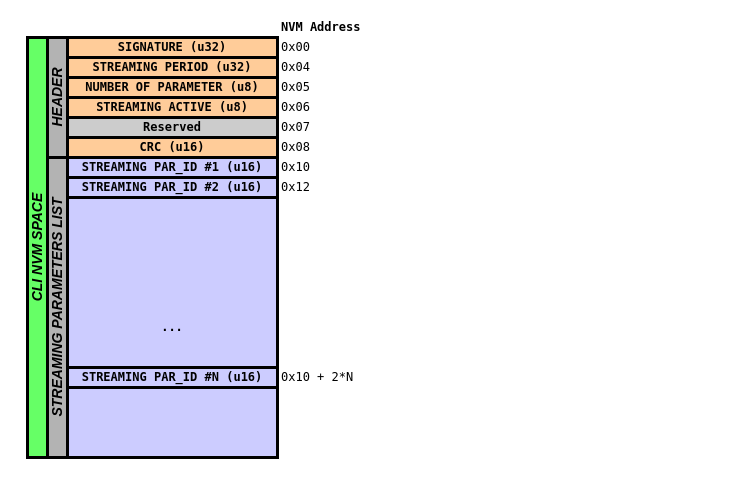
Before: doc/cli_drawings.drawio in GeneralEmbeddedCLibraries/cli, a draw.io diagram. Source tidied: cells renumbered, new cells numbered last; positions are measured from the earlier drawing's top-left corner, leaving out a move shared by most shapes. Both pictures are drawn from the tidied source at 100%, with x=0, y=0 at pixel (27, 17).
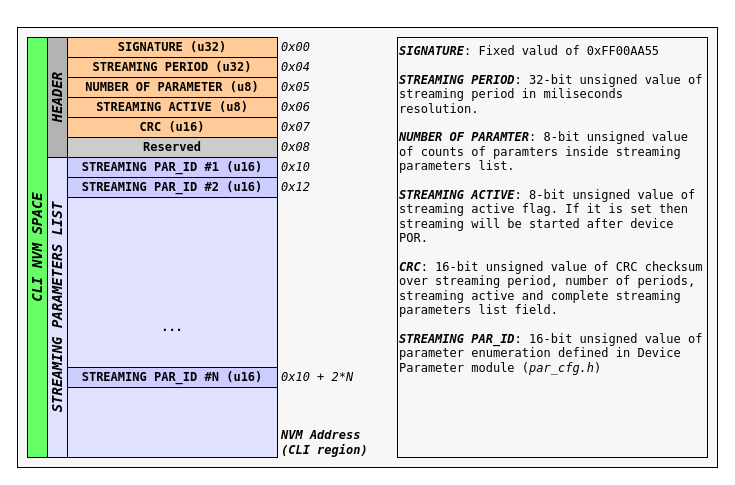
Above is the later version.

What changed in the source:
```diff
@@
+    <mxCell id="26" style="rounded=0;whiteSpace=wrap;html=1;fillColor=#F7F7F7;fontFamily=Lucida Console;" parent="1" vertex="1">
+      <mxGeometry x="-10" y="10" width="700" height="440" as="geometry" />
+    </mxCell>
-    <mxCell id="2" style="rounded=0;whiteSpace=wrap;html=1;strokeWidth=3;fontStyle=1;" parent="1" vertex="1">
+    <mxCell id="2" style="rounded=0;whiteSpace=wrap;html=1;strokeWidth=1;fontStyle=1;fontFamily=Lucida Console;" parent="1" vertex="1">
       <mxGeometry x="40" y="20" width="210" height="420" as="geometry" />
     </mxCell>
-    <mxCell id="3" value="HEADER" style="rounded=0;whiteSpace=wrap;html=1;strokeWidth=3;horizontal=0;fontStyle=3;fillColor=#B3B3B3;fontSize=14;" parent="1" vertex="1">
+    <mxCell id="3" value="HEADER" style="rounded=0;whiteSpace=wrap;html=1;strokeWidth=1;horizontal=0;fontStyle=3;fillColor=#B3B3B3;fontSize=14;fontFamily=Lucida Console;" parent="1" vertex="1">
       <mxGeometry x="20" y="20" width="20" height="120" as="geometry" />
     </mxCell>
-    <mxCell id="4" value="CLI NVM SPACE" style="rounded=0;whiteSpace=wrap;html=1;strokeWidth=3;horizontal=0;fontStyle=3;fillColor=#66FF66;fontSize=14;" parent="1" vertex="1">
+    <mxCell id="4" value="CLI NVM SPACE" style="rounded=0;whiteSpace=wrap;html=1;strokeWidth=1;horizontal=0;fontStyle=3;fillColor=#66FF66;fontSize=14;fontFamily=Lucida Console;" parent="1" vertex="1">
       <mxGeometry y="20" width="20" height="420" as="geometry" />
     </mxCell>
-    <mxCell id="5" value="STREAMING PARAMETERS LIST" style="rounded=0;whiteSpace=wrap;html=1;strokeWidth=3;horizontal=0;fontStyle=3;fillColor=#B3B3B3;fontSize=14;" parent="1" vertex="1">
+    <mxCell id="5" value="STREAMING PARAMETERS LIST" style="rounded=0;whiteSpace=wrap;html=1;strokeWidth=1;horizontal=0;fontStyle=3;fillColor=#E0E0FF;fontSize=14;fontFamily=Lucida Console;" parent="1" vertex="1">
       <mxGeometry x="20" y="140" width="20" height="300" as="geometry" />
     </mxCell>
-    <mxCell id="6" value="SIGNATURE (u32)" style="rounded=0;whiteSpace=wrap;html=1;strokeWidth=3;fontFamily=Lucida Console;fillColor=#FFCC99;fontStyle=1;" parent="1" vertex="1">
+    <mxCell id="6" value="SIGNATURE (u32)" style="rounded=0;whiteSpace=wrap;html=1;strokeWidth=1;fontFamily=Lucida Console;fillColor=#FFCC99;fontStyle=1;" parent="1" vertex="1">
       <mxGeometry x="40" y="20" width="210" height="20" as="geometry" />
     </mxCell>
-    <mxCell id="7" value="STREAMING PERIOD (u32)" style="rounded=0;whiteSpace=wrap;html=1;strokeWidth=3;fontFamily=Lucida Console;fillColor=#FFCC99;fontStyle=1;" parent="1" vertex="1">
+    <mxCell id="7" value="STREAMING PERIOD (u32)" style="rounded=0;whiteSpace=wrap;html=1;strokeWidth=1;fontFamily=Lucida Console;fillColor=#FFCC99;fontStyle=1;" parent="1" vertex="1">
       <mxGeometry x="40" y="40" width="210" height="20" as="geometry" />
     </mxCell>
-    <mxCell id="8" value="NUMBER OF PARAMETER (u8)" style="rounded=0;whiteSpace=wrap;html=1;strokeWidth=3;fontFamily=Lucida Console;fillColor=#FFCC99;fontStyle=1;" parent="1" vertex="1">
+    <mxCell id="8" value="NUMBER OF PARAMETER (u8)" style="rounded=0;whiteSpace=wrap;html=1;strokeWidth=1;fontFamily=Lucida Console;fillColor=#FFCC99;fontStyle=1;" parent="1" vertex="1">
       <mxGeometry x="40" y="60" width="210" height="20" as="geometry" />
     </mxCell>
-    <mxCell id="9" value="STREAMING ACTIVE (u8)" style="rounded=0;whiteSpace=wrap;html=1;strokeWidth=3;fontFamily=Lucida Console;fillColor=#FFCC99;fontStyle=1;" parent="1" vertex="1">
+    <mxCell id="9" value="STREAMING ACTIVE (u8)" style="rounded=0;whiteSpace=wrap;html=1;strokeWidth=1;fontFamily=Lucida Console;fillColor=#FFCC99;fontStyle=1;" parent="1" vertex="1">
       <mxGeometry x="40" y="80" width="210" height="20" as="geometry" />
     </mxCell>
-    <mxCell id="10" value="CRC (u16)" style="rounded=0;whiteSpace=wrap;html=1;strokeWidth=3;fontFamily=Lucida Console;fillColor=#FFCC99;fontStyle=1;" parent="1" vertex="1">
-      <mxGeometry x="40" y="120" width="210" height="20" as="geometry" />
+    <mxCell id="10" value="CRC (u16)" style="rounded=0;whiteSpace=wrap;html=1;strokeWidth=1;fontFamily=Lucida Console;fillColor=#FFCC99;fontStyle=1;" parent="1" vertex="1">
+      <mxGeometry x="40" y="100" width="210" height="20" as="geometry" />
     </mxCell>
-    <mxCell id="11" value="STREAMING PAR_ID #1 (u16)" style="rounded=0;whiteSpace=wrap;html=1;strokeWidth=3;fontFamily=Lucida Console;fillColor=#CCCCFF;fontStyle=1;" parent="1" vertex="1">
+    <mxCell id="11" value="STREAMING PAR_ID #1 (u16)" style="rounded=0;whiteSpace=wrap;html=1;strokeWidth=1;fontFamily=Lucida Console;fillColor=#CCCCFF;fontStyle=1;" parent="1" vertex="1">
       <mxGeometry x="40" y="140" width="210" height="20" as="geometry" />
     </mxCell>
-    <mxCell id="12" value="STREAMING PAR_ID #2 (u16)" style="rounded=0;whiteSpace=wrap;html=1;strokeWidth=3;fontFamily=Lucida Console;fillColor=#CCCCFF;fontStyle=1;" parent="1" vertex="1">
+    <mxCell id="12" value="STREAMING PAR_ID #2 (u16)" style="rounded=0;whiteSpace=wrap;html=1;strokeWidth=1;fontFamily=Lucida Console;fillColor=#CCCCFF;fontStyle=1;" parent="1" vertex="1">
       <mxGeometry x="40" y="160" width="210" height="20" as="geometry" />
     </mxCell>
-    <mxCell id="13" value="..." style="rounded=0;whiteSpace=wrap;html=1;strokeWidth=3;fontFamily=Lucida Console;fillColor=#CCCCFF;fontStyle=1;" parent="1" vertex="1">
+    <mxCell id="13" value="..." style="rounded=0;whiteSpace=wrap;html=1;strokeWidth=1;fontFamily=Lucida Console;fillColor=#E0E0FF;fontStyle=1;" parent="1" vertex="1">
       <mxGeometry x="40" y="180" width="210" height="260" as="geometry" />
     </mxCell>
-    <mxCell id="14" value="0x00" style="text;html=1;strokeColor=none;fillColor=none;align=left;verticalAlign=middle;whiteSpace=wrap;rounded=0;strokeWidth=3;fontFamily=Lucida Console;" parent="1" vertex="1">
+    <mxCell id="14" value="0x00" style="text;html=1;strokeColor=none;fillColor=none;align=left;verticalAlign=middle;whiteSpace=wrap;rounded=0;strokeWidth=3;fontFamily=Lucida Console;fontStyle=2;" parent="1" vertex="1">
       <mxGeometry x="252" y="20" width="60" height="20" as="geometry" />
     </mxCell>
-    <mxCell id="15" value="NVM Address" style="text;html=1;strokeColor=none;fillColor=none;align=left;verticalAlign=middle;whiteSpace=wrap;rounded=0;strokeWidth=3;fontFamily=Lucida Console;fontStyle=1;" parent="1" vertex="1">
-      <mxGeometry x="252" width="100" height="20" as="geometry" />
+    <mxCell id="15" value="NVM Address&lt;br&gt;(CLI region)" style="text;html=1;strokeColor=none;fillColor=none;align=left;verticalAlign=middle;whiteSpace=wrap;rounded=0;strokeWidth=3;fontFamily=Lucida Console;fontStyle=3;" parent="1" vertex="1">
+      <mxGeometry x="252" y="410" width="100" height="30" as="geometry" />
     </mxCell>
-    <mxCell id="16" value="0x04" style="text;html=1;strokeColor=none;fillColor=none;align=left;verticalAlign=middle;whiteSpace=wrap;rounded=0;strokeWidth=3;fontFamily=Lucida Console;" parent="1" vertex="1">
+    <mxCell id="16" value="0x04" style="text;html=1;strokeColor=none;fillColor=none;align=left;verticalAlign=middle;whiteSpace=wrap;rounded=0;strokeWidth=3;fontFamily=Lucida Console;fontStyle=2;" parent="1" vertex="1">
       <mxGeometry x="252" y="40" width="60" height="20" as="geometry" />
     </mxCell>
-    <mxCell id="17" value="0x05" style="text;html=1;strokeColor=none;fillColor=none;align=left;verticalAlign=middle;whiteSpace=wrap;rounded=0;strokeWidth=3;fontFamily=Lucida Console;" parent="1" vertex="1">
+    <mxCell id="17" value="0x05" style="text;html=1;strokeColor=none;fillColor=none;align=left;verticalAlign=middle;whiteSpace=wrap;rounded=0;strokeWidth=3;fontFamily=Lucida Console;fontStyle=2;" parent="1" vertex="1">
       <mxGeometry x="252" y="60" width="60" height="20" as="geometry" />
     </mxCell>
-    <mxCell id="18" value="0x06" style="text;html=1;strokeColor=none;fillColor=none;align=left;verticalAlign=middle;whiteSpace=wrap;rounded=0;strokeWidth=3;fontFamily=Lucida Console;" parent="1" vertex="1">
+    <mxCell id="18" value="0x06" style="text;html=1;strokeColor=none;fillColor=none;align=left;verticalAlign=middle;whiteSpace=wrap;rounded=0;strokeWidth=3;fontFamily=Lucida Console;fontStyle=2;" parent="1" vertex="1">
       <mxGeometry x="252" y="80" width="60" height="20" as="geometry" />
     </mxCell>
-    <mxCell id="19" value="0x07" style="text;html=1;strokeColor=none;fillColor=none;align=left;verticalAlign=middle;whiteSpace=wrap;rounded=0;strokeWidth=3;fontFamily=Lucida Console;" parent="1" vertex="1">
+    <mxCell id="19" value="0x07" style="text;html=1;strokeColor=none;fillColor=none;align=left;verticalAlign=middle;whiteSpace=wrap;rounded=0;strokeWidth=3;fontFamily=Lucida Console;fontStyle=2;" parent="1" vertex="1">
       <mxGeometry x="252" y="100" width="60" height="20" as="geometry" />
     </mxCell>
-    <mxCell id="20" value="Reserved" style="rounded=0;whiteSpace=wrap;html=1;strokeWidth=3;fontFamily=Lucida Console;fillColor=#CCCCCC;fontStyle=1;" parent="1" vertex="1">
-      <mxGeometry x="40" y="100" width="210" height="20" as="geometry" />
+    <mxCell id="20" value="Reserved" style="rounded=0;whiteSpace=wrap;html=1;strokeWidth=1;fontFamily=Lucida Console;fillColor=#CCCCCC;fontStyle=1;" parent="1" vertex="1">
+      <mxGeometry x="40" y="120" width="210" height="20" as="geometry" />
     </mxCell>
-    <mxCell id="21" value="0x08" style="text;html=1;strokeColor=none;fillColor=none;align=left;verticalAlign=middle;whiteSpace=wrap;rounded=0;strokeWidth=3;fontFamily=Lucida Console;" parent="1" vertex="1">
+    <mxCell id="21" value="0x08" style="text;html=1;strokeColor=none;fillColor=none;align=left;verticalAlign=middle;whiteSpace=wrap;rounded=0;strokeWidth=3;fontFamily=Lucida Console;fontStyle=2;" parent="1" vertex="1">
       <mxGeometry x="252" y="120" width="60" height="20" as="geometry" />
     </mxCell>
-    <mxCell id="22" value="0x10" style="text;html=1;strokeColor=none;fillColor=none;align=left;verticalAlign=middle;whiteSpace=wrap;rounded=0;strokeWidth=3;fontFamily=Lucida Console;" parent="1" vertex="1">
+    <mxCell id="22" value="0x10" style="text;html=1;strokeColor=none;fillColor=none;align=left;verticalAlign=middle;whiteSpace=wrap;rounded=0;strokeWidth=3;fontFamily=Lucida Console;fontStyle=2;" parent="1" vertex="1">
       <mxGeometry x="252" y="140" width="60" height="20" as="geometry" />
     </mxCell>
-    <mxCell id="23" value="0x12" style="text;html=1;strokeColor=none;fillColor=none;align=left;verticalAlign=middle;whiteSpace=wrap;rounded=0;strokeWidth=3;fontFamily=Lucida Console;" parent="1" vertex="1">
+    <mxCell id="23" value="0x12" style="text;html=1;strokeColor=none;fillColor=none;align=left;verticalAlign=middle;whiteSpace=wrap;rounded=0;strokeWidth=3;fontFamily=Lucida Console;fontStyle=2;" parent="1" vertex="1">
       <mxGeometry x="252" y="160" width="60" height="20" as="geometry" />
     </mxCell>
-    <mxCell id="24" value="STREAMING PAR_ID #N (u16)" style="rounded=0;whiteSpace=wrap;html=1;strokeWidth=3;fontFamily=Lucida Console;fillColor=#CCCCFF;fontStyle=1;" parent="1" vertex="1">
+    <mxCell id="24" value="STREAMING PAR_ID #N (u16)" style="rounded=0;whiteSpace=wrap;html=1;strokeWidth=1;fontFamily=Lucida Console;fillColor=#CCCCFF;fontStyle=1;" parent="1" vertex="1">
       <mxGeometry x="40" y="350" width="210" height="20" as="geometry" />
     </mxCell>
-    <mxCell id="25" value="0x10 + 2*N" style="text;html=1;strokeColor=none;fillColor=none;align=left;verticalAlign=middle;whiteSpace=wrap;rounded=0;strokeWidth=3;fontFamily=Lucida Console;" parent="1" vertex="1">
+    <mxCell id="25" value="0x10 + 2*N" style="text;html=1;strokeColor=none;fillColor=none;align=left;verticalAlign=middle;whiteSpace=wrap;rounded=0;strokeWidth=3;fontFamily=Lucida Console;fontStyle=2;" parent="1" vertex="1">
       <mxGeometry x="252" y="350" width="108" height="20" as="geometry" />
     </mxCell>
+    <mxCell id="27" value="&lt;i&gt;&lt;b&gt;SIGNATURE&lt;/b&gt;&lt;/i&gt;: Fixed valud of 0xFF00AA55&lt;br&gt;&lt;br&gt;&lt;b&gt;&lt;i&gt;STREAMING PERIOD&lt;/i&gt;&lt;/b&gt;: 32-bit unsigned value of streaming period in miliseconds resolution.&lt;br&gt;&lt;br&gt;&lt;b&gt;&lt;i&gt;NUMBER OF PARAMTER&lt;/i&gt;&lt;/b&gt;: 8-bit unsigned value of counts of paramters inside streaming parameters list.&lt;br&gt;&lt;br&gt;&lt;b&gt;&lt;i&gt;STREAMING ACTIVE&lt;/i&gt;&lt;/b&gt;: 8-bit unsigned value of streaming active flag. If it is set then streaming will be started after device POR.&lt;br&gt;&lt;br&gt;&lt;b&gt;&lt;i&gt;CRC&lt;/i&gt;&lt;/b&gt;: 16-bit unsigned value of CRC checksum over streaming period, number of periods, streaming active and complete streaming parameters list field.&lt;br&gt;&lt;br&gt;&lt;b&gt;&lt;i&gt;STREAMING PAR_ID&lt;/i&gt;&lt;/b&gt;: 16-bit unsigned value of parameter enumeration defined in Device Parameter module (&lt;i&gt;par_cfg.h&lt;/i&gt;)" style="text;html=1;strokeColor=default;fillColor=none;align=left;verticalAlign=top;whiteSpace=wrap;rounded=0;strokeWidth=1;fontFamily=Lucida Console;" parent="1" vertex="1">
+      <mxGeometry x="370" y="20" width="310" height="420" as="geometry" />
+    </mxCell>
```
